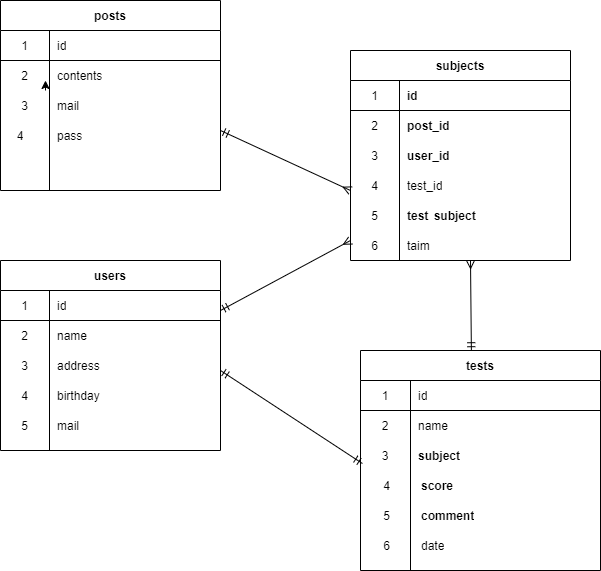
Above: index.drawio.png in konomi0527/20210724kato (draw.io), before the change. Source tidied: cells renumbered, new cells last; positions are measured from the earlier drawing's top-left corner, leaving out a move shared by most shapes.
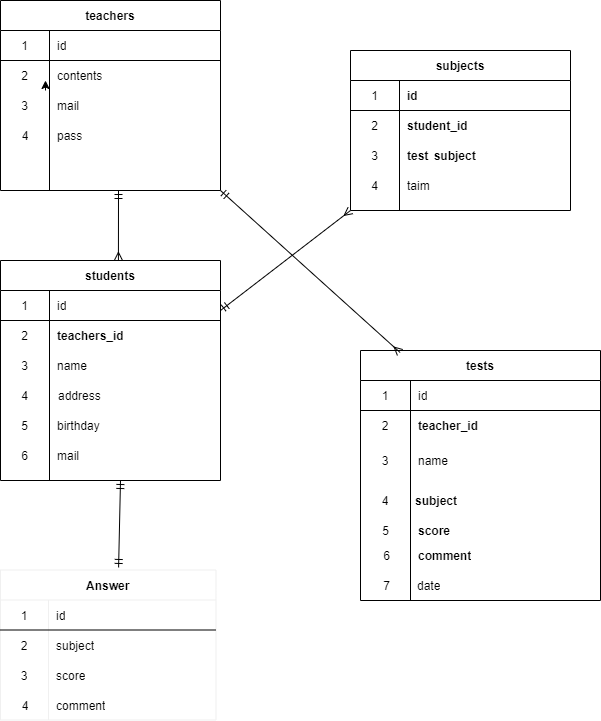
Later version of the same file.

Commit message:
修正内容が分かるコミットメッセージ

What changed in the source:
```diff
@@ -8,7 +8,7 @@
         <mxPoint x="45" y="80" as="targetPoint" />
       </mxGeometry>
     </mxCell>
-    <mxCell id="3" value="posts" style="shape=table;startSize=30;rowLines=0;fontStyle=1;align=center;" parent="1" vertex="1">
+    <mxCell id="3" value="teachers" style="shape=table;startSize=30;rowLines=0;fontStyle=1;align=center;" parent="1" vertex="1">
       <mxGeometry width="220" height="190" as="geometry" />
     </mxCell>
     <mxCell id="4" style="shape=partialRectangle;html=1;whiteSpace=wrap;fillColor=none;top=0;left=0;bottom=1;right=0;" parent="3" vertex="1">
@@ -38,8 +38,8 @@
     <mxCell id="12" value="mail" style="shape=partialRectangle;html=1;whiteSpace=wrap;fillColor=none;top=0;left=0;bottom=0;right=0;align=left;spacingLeft=6;overflow=hidden;" parent="10" vertex="1">
       <mxGeometry x="49" width="171" height="30" as="geometry" />
     </mxCell>
-    <mxCell id="13" value="users" style="shape=table;startSize=30;rowLines=0;fontStyle=1;align=center;" parent="1" vertex="1">
-      <mxGeometry y="260" width="220" height="190" as="geometry" />
+    <mxCell id="13" value="students" style="shape=table;startSize=30;rowLines=0;fontStyle=1;align=center;" parent="1" vertex="1">
+      <mxGeometry y="260" width="220" height="220" as="geometry" />
     </mxCell>
     <mxCell id="14" style="shape=partialRectangle;html=1;whiteSpace=wrap;fillColor=none;top=0;left=0;bottom=1;right=0;" parent="13" vertex="1">
       <mxGeometry y="30" width="220" height="30" as="geometry" />
@@ -56,7 +56,7 @@
     <mxCell id="18" value="2" style="shape=partialRectangle;html=1;whiteSpace=wrap;fillColor=none;top=0;left=0;bottom=0;right=0;overflow=hidden;" parent="17" vertex="1">
       <mxGeometry width="49" height="30" as="geometry" />
     </mxCell>
-    <mxCell id="19" value="name" style="shape=partialRectangle;html=1;whiteSpace=wrap;fillColor=none;top=0;left=0;bottom=0;right=0;align=left;spacingLeft=6;overflow=hidden;" parent="17" vertex="1">
+    <mxCell id="19" value="&lt;span style=&quot;font-weight: 700 ; text-align: center&quot;&gt;teachers_id&lt;/span&gt;" style="shape=partialRectangle;html=1;whiteSpace=wrap;fillColor=none;top=0;left=0;bottom=0;right=0;align=left;spacingLeft=6;overflow=hidden;" parent="17" vertex="1">
       <mxGeometry x="49" width="171" height="30" as="geometry" />
     </mxCell>
     <mxCell id="20" style="shape=partialRectangle;html=1;whiteSpace=wrap;fillColor=none;top=0;left=0;bottom=0;right=0;" parent="13" vertex="1">
@@ -65,11 +65,11 @@
     <mxCell id="21" value="3" style="shape=partialRectangle;html=1;whiteSpace=wrap;fillColor=none;top=0;left=0;bottom=0;right=0;overflow=hidden;" parent="20" vertex="1">
       <mxGeometry width="49" height="30" as="geometry" />
     </mxCell>
-    <mxCell id="22" value="address" style="shape=partialRectangle;html=1;whiteSpace=wrap;fillColor=none;top=0;left=0;bottom=0;right=0;align=left;spacingLeft=6;overflow=hidden;" parent="20" vertex="1">
+    <mxCell id="22" value="name" style="shape=partialRectangle;html=1;whiteSpace=wrap;fillColor=none;top=0;left=0;bottom=0;right=0;align=left;spacingLeft=6;overflow=hidden;" parent="20" vertex="1">
       <mxGeometry x="49" width="171" height="30" as="geometry" />
     </mxCell>
     <mxCell id="23" value="subjects" style="shape=table;startSize=30;rowLines=0;fontStyle=1;align=center;strokeWidth=1;rounded=0;sketch=0;shadow=0;" parent="1" vertex="1">
-      <mxGeometry x="350" y="50" width="220" height="210" as="geometry" />
+      <mxGeometry x="350" y="50" width="220" height="160" as="geometry" />
     </mxCell>
     <mxCell id="24" style="shape=partialRectangle;html=1;whiteSpace=wrap;fillColor=none;top=0;left=0;bottom=1;right=0;" parent="23" vertex="1">
       <mxGeometry y="30" width="220" height="30" as="geometry" />
@@ -80,26 +80,26 @@
     <mxCell id="26" value="&lt;div style=&quot;text-align: center&quot;&gt;&lt;span&gt;&lt;b&gt;id&lt;/b&gt;&lt;/span&gt;&lt;/div&gt;" style="shape=partialRectangle;html=1;whiteSpace=wrap;fillColor=none;top=0;left=0;bottom=0;right=0;align=left;spacingLeft=6;overflow=hidden;" parent="24" vertex="1">
       <mxGeometry x="49" width="171" height="30" as="geometry" />
     </mxCell>
+    <mxCell id="30" style="shape=partialRectangle;html=1;whiteSpace=wrap;fillColor=none;top=0;left=0;bottom=0;right=0;" parent="23" vertex="1">
+      <mxGeometry y="60" width="220" height="30" as="geometry" />
+    </mxCell>
+    <mxCell id="31" value="2" style="shape=partialRectangle;html=1;whiteSpace=wrap;fillColor=none;top=0;left=0;bottom=0;right=0;overflow=hidden;" parent="30" vertex="1">
+      <mxGeometry width="49" height="30" as="geometry" />
+    </mxCell>
+    <mxCell id="32" value="&lt;span style=&quot;font-weight: 700 ; text-align: center&quot;&gt;student_id&lt;/span&gt;" style="shape=partialRectangle;html=1;whiteSpace=wrap;fillColor=none;top=0;left=0;bottom=0;right=0;align=left;spacingLeft=6;overflow=hidden;" parent="30" vertex="1">
+      <mxGeometry x="49" width="171" height="30" as="geometry" />
+    </mxCell>
     <mxCell id="27" style="shape=partialRectangle;html=1;whiteSpace=wrap;fillColor=none;top=0;left=0;bottom=0;right=0;" parent="23" vertex="1">
-      <mxGeometry y="60" width="220" height="30" as="geometry" />
+      <mxGeometry y="90" width="220" height="30" as="geometry" />
     </mxCell>
-    <mxCell id="28" value="2" style="shape=partialRectangle;html=1;whiteSpace=wrap;fillColor=none;top=0;left=0;bottom=0;right=0;overflow=hidden;" parent="27" vertex="1">
+    <mxCell id="28" value="3" style="shape=partialRectangle;html=1;whiteSpace=wrap;fillColor=none;top=0;left=0;bottom=0;right=0;overflow=hidden;" parent="27" vertex="1">
       <mxGeometry width="49" height="30" as="geometry" />
     </mxCell>
-    <mxCell id="29" value="&lt;div style=&quot;text-align: center&quot;&gt;&lt;span&gt;&lt;b&gt;post_id&lt;/b&gt;&lt;/span&gt;&lt;/div&gt;" style="shape=partialRectangle;html=1;whiteSpace=wrap;fillColor=none;top=0;left=0;bottom=0;right=0;align=left;spacingLeft=6;overflow=hidden;" parent="27" vertex="1">
+    <mxCell id="29" style="shape=partialRectangle;html=1;whiteSpace=wrap;fillColor=none;top=0;left=0;bottom=0;right=0;align=left;spacingLeft=6;overflow=hidden;" parent="27" vertex="1">
       <mxGeometry x="49" width="171" height="30" as="geometry" />
     </mxCell>
-    <mxCell id="30" style="shape=partialRectangle;html=1;whiteSpace=wrap;fillColor=none;top=0;left=0;bottom=0;right=0;" parent="23" vertex="1">
-      <mxGeometry y="90" width="220" height="30" as="geometry" />
-    </mxCell>
-    <mxCell id="31" value="3" style="shape=partialRectangle;html=1;whiteSpace=wrap;fillColor=none;top=0;left=0;bottom=0;right=0;overflow=hidden;" parent="30" vertex="1">
-      <mxGeometry width="49" height="30" as="geometry" />
-    </mxCell>
-    <mxCell id="32" value="&lt;span style=&quot;font-weight: 700 ; text-align: center&quot;&gt;user_id&lt;/span&gt;" style="shape=partialRectangle;html=1;whiteSpace=wrap;fillColor=none;top=0;left=0;bottom=0;right=0;align=left;spacingLeft=6;overflow=hidden;" parent="30" vertex="1">
-      <mxGeometry x="49" width="171" height="30" as="geometry" />
-    </mxCell>
     <mxCell id="33" value="tests" style="shape=table;startSize=30;rowLines=0;fontStyle=1;align=center;" parent="1" vertex="1">
-      <mxGeometry x="360" y="350" width="240" height="220" as="geometry" />
+      <mxGeometry x="360" y="350" width="240" height="250" as="geometry" />
     </mxCell>
     <mxCell id="34" style="shape=partialRectangle;html=1;whiteSpace=wrap;fillColor=none;top=0;left=0;bottom=1;right=0;" parent="33" vertex="1">
       <mxGeometry y="30" width="240" height="30" as="geometry" />
@@ -116,44 +116,38 @@
     <mxCell id="38" value="2" style="shape=partialRectangle;html=1;whiteSpace=wrap;fillColor=none;top=0;left=0;bottom=0;right=0;overflow=hidden;" parent="37" vertex="1">
       <mxGeometry width="50" height="30" as="geometry" />
     </mxCell>
-    <mxCell id="39" value="name" style="shape=partialRectangle;html=1;whiteSpace=wrap;fillColor=none;top=0;left=0;bottom=0;right=0;align=left;spacingLeft=6;overflow=hidden;" parent="37" vertex="1">
+    <mxCell id="39" value="&lt;span style=&quot;font-weight: 700 ; text-align: center&quot;&gt;teacher_id&lt;/span&gt;" style="shape=partialRectangle;html=1;whiteSpace=wrap;fillColor=none;top=0;left=0;bottom=0;right=0;align=left;spacingLeft=6;overflow=hidden;" parent="37" vertex="1">
       <mxGeometry x="50" width="190" height="30" as="geometry" />
     </mxCell>
     <mxCell id="40" style="shape=partialRectangle;html=1;whiteSpace=wrap;fillColor=none;top=0;left=0;bottom=0;right=0;points=[[0,0.5],[1,0.5]];portConstraint=eastwest;" parent="33" vertex="1">
-      <mxGeometry y="90" width="240" height="30" as="geometry" />
+      <mxGeometry y="90" width="240" height="40" as="geometry" />
     </mxCell>
     <mxCell id="41" value="3" style="shape=partialRectangle;html=1;whiteSpace=wrap;fillColor=none;top=0;left=0;bottom=0;right=0;overflow=hidden;" parent="40" vertex="1">
-      <mxGeometry width="50" height="30" as="geometry" />
+      <mxGeometry width="50" height="40" as="geometry" />
     </mxCell>
-    <mxCell id="42" value="&lt;span style=&quot;font-weight: 700 ; text-align: center&quot;&gt;subject&lt;/span&gt;" style="shape=partialRectangle;html=1;whiteSpace=wrap;fillColor=none;top=0;left=0;bottom=0;right=0;align=left;spacingLeft=6;overflow=hidden;" parent="40" vertex="1">
-      <mxGeometry x="50" width="190" height="30" as="geometry" />
+    <mxCell id="42" value="name" style="shape=partialRectangle;html=1;whiteSpace=wrap;fillColor=none;top=0;left=0;bottom=0;right=0;align=left;spacingLeft=6;overflow=hidden;" parent="40" vertex="1">
+      <mxGeometry x="50" width="190" height="40" as="geometry" />
     </mxCell>
     <mxCell id="43" value="4" style="shape=partialRectangle;html=1;whiteSpace=wrap;fillColor=none;top=0;left=0;bottom=0;right=0;overflow=hidden;" parent="1" vertex="1">
-      <mxGeometry y="120" width="40" height="30" as="geometry" />
+      <mxGeometry x="4.5" y="120" width="40" height="30" as="geometry" />
     </mxCell>
     <mxCell id="44" value="pass" style="shape=partialRectangle;html=1;whiteSpace=wrap;fillColor=none;top=0;left=0;bottom=0;right=0;align=left;spacingLeft=6;overflow=hidden;" parent="1" vertex="1">
       <mxGeometry x="49" y="120" width="140" height="30" as="geometry" />
     </mxCell>
     <mxCell id="45" value="taim" style="shape=partialRectangle;html=1;whiteSpace=wrap;fillColor=none;top=0;left=0;bottom=0;right=0;align=left;spacingLeft=6;overflow=hidden;" parent="1" vertex="1">
-      <mxGeometry x="399" y="230" width="171" height="30" as="geometry" />
+      <mxGeometry x="399" y="170" width="171" height="30" as="geometry" />
     </mxCell>
     <mxCell id="46" value="&lt;span style=&quot;font-weight: 700 ; text-align: center&quot;&gt;test&lt;span style=&quot;white-space: pre&quot;&gt;&#9;&lt;/span&gt;subject&lt;/span&gt;" style="shape=partialRectangle;html=1;whiteSpace=wrap;fillColor=none;top=0;left=0;bottom=0;right=0;align=left;spacingLeft=6;overflow=hidden;" parent="1" vertex="1">
-      <mxGeometry x="399" y="200" width="171" height="30" as="geometry" />
+      <mxGeometry x="399" y="140" width="171" height="30" as="geometry" />
     </mxCell>
-    <mxCell id="47" value="5" style="shape=partialRectangle;html=1;whiteSpace=wrap;fillColor=none;top=0;left=0;bottom=0;right=0;overflow=hidden;" parent="1" vertex="1">
-      <mxGeometry x="350" y="200" width="49" height="30" as="geometry" />
-    </mxCell>
-    <mxCell id="48" value="6" style="shape=partialRectangle;html=1;whiteSpace=wrap;fillColor=none;top=0;left=0;bottom=0;right=0;overflow=hidden;" parent="1" vertex="1">
+    <mxCell id="48" style="shape=partialRectangle;html=1;whiteSpace=wrap;fillColor=none;top=0;left=0;bottom=0;right=0;overflow=hidden;" parent="1" vertex="1">
       <mxGeometry x="350" y="230" width="49" height="30" as="geometry" />
     </mxCell>
     <mxCell id="49" value="4" style="shape=partialRectangle;html=1;whiteSpace=wrap;fillColor=none;top=0;left=0;bottom=0;right=0;overflow=hidden;" parent="1" vertex="1">
       <mxGeometry x="350" y="170" width="49" height="30" as="geometry" />
     </mxCell>
-    <mxCell id="50" value="test_id" style="shape=partialRectangle;html=1;whiteSpace=wrap;fillColor=none;top=0;left=0;bottom=0;right=0;align=left;spacingLeft=6;overflow=hidden;" parent="1" vertex="1">
-      <mxGeometry x="399" y="170" width="171" height="30" as="geometry" />
-    </mxCell>
     <mxCell id="51" value="birthday" style="shape=partialRectangle;html=1;whiteSpace=wrap;fillColor=none;top=0;left=0;bottom=0;right=0;align=left;spacingLeft=6;overflow=hidden;" parent="1" vertex="1">
-      <mxGeometry x="49" y="380" width="171" height="30" as="geometry" />
+      <mxGeometry x="49" y="410" width="171" height="30" as="geometry" />
     </mxCell>
     <mxCell id="52" value="4" style="shape=partialRectangle;html=1;whiteSpace=wrap;fillColor=none;top=0;left=0;bottom=0;right=0;overflow=hidden;" parent="1" vertex="1">
       <mxGeometry y="380" width="49" height="30" as="geometry" />
@@ -162,47 +156,91 @@
       <mxGeometry y="410" width="49" height="30" as="geometry" />
     </mxCell>
     <mxCell id="54" value="mail" style="shape=partialRectangle;html=1;whiteSpace=wrap;fillColor=none;top=0;left=0;bottom=0;right=0;align=left;spacingLeft=6;overflow=hidden;" parent="1" vertex="1">
-      <mxGeometry x="49" y="410" width="171" height="30" as="geometry" />
+      <mxGeometry x="49" y="440" width="171" height="30" as="geometry" />
     </mxCell>
-    <mxCell id="55" value="4" style="shape=partialRectangle;html=1;whiteSpace=wrap;fillColor=none;top=0;left=0;bottom=0;right=0;overflow=hidden;" parent="1" vertex="1">
-      <mxGeometry x="360" y="470" width="53" height="30" as="geometry" />
+    <mxCell id="55" value="5" style="shape=partialRectangle;html=1;whiteSpace=wrap;fillColor=none;top=0;left=0;bottom=0;right=0;overflow=hidden;" parent="1" vertex="1">
+      <mxGeometry x="358.5" y="510" width="53" height="40" as="geometry" />
     </mxCell>
     <mxCell id="56" value="&lt;div style=&quot;text-align: center&quot;&gt;&lt;span&gt;&lt;b&gt;score&lt;/b&gt;&lt;/span&gt;&lt;/div&gt;" style="shape=partialRectangle;html=1;whiteSpace=wrap;fillColor=none;top=0;left=0;bottom=0;right=0;align=left;spacingLeft=6;overflow=hidden;" parent="1" vertex="1">
-      <mxGeometry x="413" y="470" width="187" height="30" as="geometry" />
+      <mxGeometry x="410" y="515" width="187" height="30" as="geometry" />
     </mxCell>
-    <mxCell id="57" value="5" style="shape=partialRectangle;html=1;whiteSpace=wrap;fillColor=none;top=0;left=0;bottom=0;right=0;overflow=hidden;" parent="1" vertex="1">
-      <mxGeometry x="360" y="500" width="53" height="30" as="geometry" />
+    <mxCell id="57" value="6" style="shape=partialRectangle;html=1;whiteSpace=wrap;fillColor=none;top=0;left=0;bottom=0;right=0;overflow=hidden;" parent="1" vertex="1">
+      <mxGeometry x="360" y="539.5" width="53" height="30" as="geometry" />
     </mxCell>
-    <mxCell id="58" value="6" style="shape=partialRectangle;html=1;whiteSpace=wrap;fillColor=none;top=0;left=0;bottom=0;right=0;overflow=hidden;" parent="1" vertex="1">
-      <mxGeometry x="360" y="530" width="53" height="30" as="geometry" />
+    <mxCell id="58" value="7" style="shape=partialRectangle;html=1;whiteSpace=wrap;fillColor=none;top=0;left=0;bottom=0;right=0;overflow=hidden;" parent="1" vertex="1">
+      <mxGeometry x="360" y="569.5" width="53" height="30" as="geometry" />
     </mxCell>
     <mxCell id="59" value="&lt;div style=&quot;text-align: center&quot;&gt;&lt;b&gt;comment&lt;/b&gt;&lt;/div&gt;" style="shape=partialRectangle;html=1;whiteSpace=wrap;fillColor=none;top=0;left=0;bottom=0;right=0;align=left;spacingLeft=6;overflow=hidden;" parent="1" vertex="1">
-      <mxGeometry x="413" y="500" width="187" height="30" as="geometry" />
+      <mxGeometry x="410" y="540" width="187" height="30" as="geometry" />
     </mxCell>
     <mxCell id="60" value="&lt;div style=&quot;text-align: center&quot;&gt;date&lt;/div&gt;" style="shape=partialRectangle;html=1;whiteSpace=wrap;fillColor=none;top=0;left=0;bottom=0;right=0;align=left;spacingLeft=6;overflow=hidden;" parent="1" vertex="1">
-      <mxGeometry x="413" y="530" width="187" height="30" as="geometry" />
+      <mxGeometry x="408.5" y="569.5" width="187" height="30" as="geometry" />
     </mxCell>
-    <mxCell id="61" style="endArrow=ERmany;html=1;startArrow=ERmandOne;startFill=0;endFill=0;" parent="1" edge="1">
+    <mxCell id="61" style="endArrow=ERmany;html=1;startArrow=ERmandOne;startFill=0;endFill=0;entryX=0.536;entryY=-0.001;entryDx=0;entryDy=0;entryPerimeter=0;" parent="1" edge="1" target="13">
       <mxGeometry relative="1" as="geometry">
-        <mxPoint x="220" y="130" as="sourcePoint" />
-        <mxPoint x="350" y="190" as="targetPoint" />
+        <mxPoint x="118" y="190" as="sourcePoint" />
       </mxGeometry>
     </mxCell>
-    <mxCell id="62" style="endArrow=ERmany;html=1;exitX=0.462;exitY=0.001;exitDx=0;exitDy=0;exitPerimeter=0;startArrow=ERmandOne;startFill=0;endFill=0;" parent="1" edge="1" source="33">
-      <mxGeometry relative="1" as="geometry">
-        <mxPoint x="470" y="260" as="targetPoint" />
-      </mxGeometry>
-    </mxCell>
-    <mxCell id="63" style="endArrow=ERmany;html=1;endFill=0;startArrow=ERmandOne;startFill=0;" parent="1" edge="1">
+    <mxCell id="63" style="endArrow=ERmany;html=1;endFill=0;startArrow=ERmandOne;startFill=0;entryX=0;entryY=1;entryDx=0;entryDy=0;" parent="1" edge="1" target="23">
       <mxGeometry relative="1" as="geometry">
         <mxPoint x="220" y="310" as="sourcePoint" />
-        <mxPoint x="350" y="240" as="targetPoint" />
       </mxGeometry>
     </mxCell>
-    <mxCell id="64" style="endArrow=ERmandOne;html=1;entryX=0.008;entryY=0.767;entryDx=0;entryDy=0;entryPerimeter=0;startArrow=ERmandOne;startFill=0;endFill=0;" parent="1" edge="1" target="40">
-      <mxGeometry relative="1" as="geometry">
-        <mxPoint x="220" y="370" as="sourcePoint" />
-      </mxGeometry>
-    </mxCell>
+    <mxCell id="65" style="endArrow=ERmany;html=1;entryX=0.165;entryY=0.008;entryDx=0;entryDy=0;entryPerimeter=0;exitX=1;exitY=1;exitDx=0;exitDy=0;startArrow=ERmandOne;startFill=0;endFill=0;" parent="1" edge="1" source="3" target="33">
+      <mxGeometry relative="1" as="geometry" />
+    </mxCell>
+    <mxCell id="66" value="Answer" style="shape=table;startSize=30;rowLines=0;fontStyle=1;align=center;rounded=0;shadow=0;sketch=0;strokeColor=#f0f0f0;strokeWidth=1;" parent="1" vertex="1">
+      <mxGeometry y="569.5" width="215.5" height="150" as="geometry" />
+    </mxCell>
+    <mxCell id="67" style="shape=partialRectangle;html=1;whiteSpace=wrap;fillColor=none;top=0;left=0;bottom=1;right=0;" parent="66" vertex="1">
+      <mxGeometry y="30" width="215.5" height="30" as="geometry" />
+    </mxCell>
+    <mxCell id="68" value="1" style="shape=partialRectangle;html=1;whiteSpace=wrap;fillColor=none;top=0;left=0;bottom=0;right=0;overflow=hidden;" parent="67" vertex="1">
+      <mxGeometry width="48" height="30" as="geometry" />
+    </mxCell>
+    <mxCell id="69" value="id" style="shape=partialRectangle;html=1;whiteSpace=wrap;fillColor=none;top=0;left=0;bottom=0;right=0;align=left;spacingLeft=6;overflow=hidden;" parent="67" vertex="1">
+      <mxGeometry x="48" width="168" height="30" as="geometry" />
+    </mxCell>
+    <mxCell id="70" style="shape=partialRectangle;html=1;whiteSpace=wrap;fillColor=none;top=0;left=0;bottom=0;right=0;" parent="66" vertex="1">
+      <mxGeometry y="60" width="215.5" height="30" as="geometry" />
+    </mxCell>
+    <mxCell id="71" value="2" style="shape=partialRectangle;html=1;whiteSpace=wrap;fillColor=none;top=0;left=0;bottom=0;right=0;overflow=hidden;" parent="70" vertex="1">
+      <mxGeometry width="48" height="30" as="geometry" />
+    </mxCell>
+    <mxCell id="72" value="subject" style="shape=partialRectangle;html=1;whiteSpace=wrap;fillColor=none;top=0;left=0;bottom=0;right=0;align=left;spacingLeft=6;overflow=hidden;" parent="70" vertex="1">
+      <mxGeometry x="48" width="168" height="30" as="geometry" />
+    </mxCell>
+    <mxCell id="73" style="shape=partialRectangle;html=1;whiteSpace=wrap;fillColor=none;top=0;left=0;bottom=0;right=0;" parent="66" vertex="1">
+      <mxGeometry y="90" width="215.5" height="30" as="geometry" />
+    </mxCell>
+    <mxCell id="74" value="3" style="shape=partialRectangle;html=1;whiteSpace=wrap;fillColor=none;top=0;left=0;bottom=0;right=0;overflow=hidden;" parent="73" vertex="1">
+      <mxGeometry width="48" height="30" as="geometry" />
+    </mxCell>
+    <mxCell id="75" value="score" style="shape=partialRectangle;html=1;whiteSpace=wrap;fillColor=none;top=0;left=0;bottom=0;right=0;align=left;spacingLeft=6;overflow=hidden;" parent="73" vertex="1">
+      <mxGeometry x="48" width="168" height="30" as="geometry" />
+    </mxCell>
+    <mxCell id="76" value="&lt;span style=&quot;font-weight: 700 ; text-align: center&quot;&gt;subject&lt;/span&gt;" style="shape=partialRectangle;html=1;whiteSpace=wrap;fillColor=none;top=0;left=0;bottom=0;right=0;align=left;spacingLeft=6;overflow=hidden;" parent="1" vertex="1">
+      <mxGeometry x="407" y="480" width="190" height="40" as="geometry" />
+    </mxCell>
+    <mxCell id="77" value="4" style="shape=partialRectangle;html=1;whiteSpace=wrap;fillColor=none;top=0;left=0;bottom=0;right=0;overflow=hidden;" parent="1" vertex="1">
+      <mxGeometry x="360" y="480" width="50" height="40" as="geometry" />
+    </mxCell>
+    <mxCell id="78" value="6" style="shape=partialRectangle;html=1;whiteSpace=wrap;fillColor=none;top=0;left=0;bottom=0;right=0;overflow=hidden;" parent="1" vertex="1">
+      <mxGeometry y="440" width="49" height="30" as="geometry" />
+    </mxCell>
+    <mxCell id="79" value="address" style="shape=partialRectangle;html=1;whiteSpace=wrap;fillColor=none;top=0;left=0;bottom=0;right=0;align=left;spacingLeft=6;overflow=hidden;" parent="1" vertex="1">
+      <mxGeometry x="50" y="380" width="171" height="30" as="geometry" />
+    </mxCell>
+    <mxCell id="80" value="4" style="shape=partialRectangle;html=1;whiteSpace=wrap;fillColor=none;top=0;left=0;bottom=0;right=0;overflow=hidden;" parent="1" vertex="1">
+      <mxGeometry x="0.5" y="689.5" width="48" height="30" as="geometry" />
+    </mxCell>
+    <mxCell id="81" value="comment" style="shape=partialRectangle;html=1;whiteSpace=wrap;fillColor=none;top=0;left=0;bottom=0;right=0;align=left;spacingLeft=6;overflow=hidden;" parent="1" vertex="1">
+      <mxGeometry x="47.5" y="689.5" width="168" height="30" as="geometry" />
+    </mxCell>
+    <mxCell id="82" style="endArrow=ERmandOne;html=1;exitX=0.548;exitY=-0.017;exitDx=0;exitDy=0;exitPerimeter=0;startArrow=ERmandOne;startFill=0;endFill=0;" parent="1" edge="1" source="66">
+      <mxGeometry relative="1" as="geometry">
+        <mxPoint x="120" y="480" as="targetPoint" />
+      </mxGeometry>
+    </mxCell>
   </root>
 </mxGraphModel>
```
